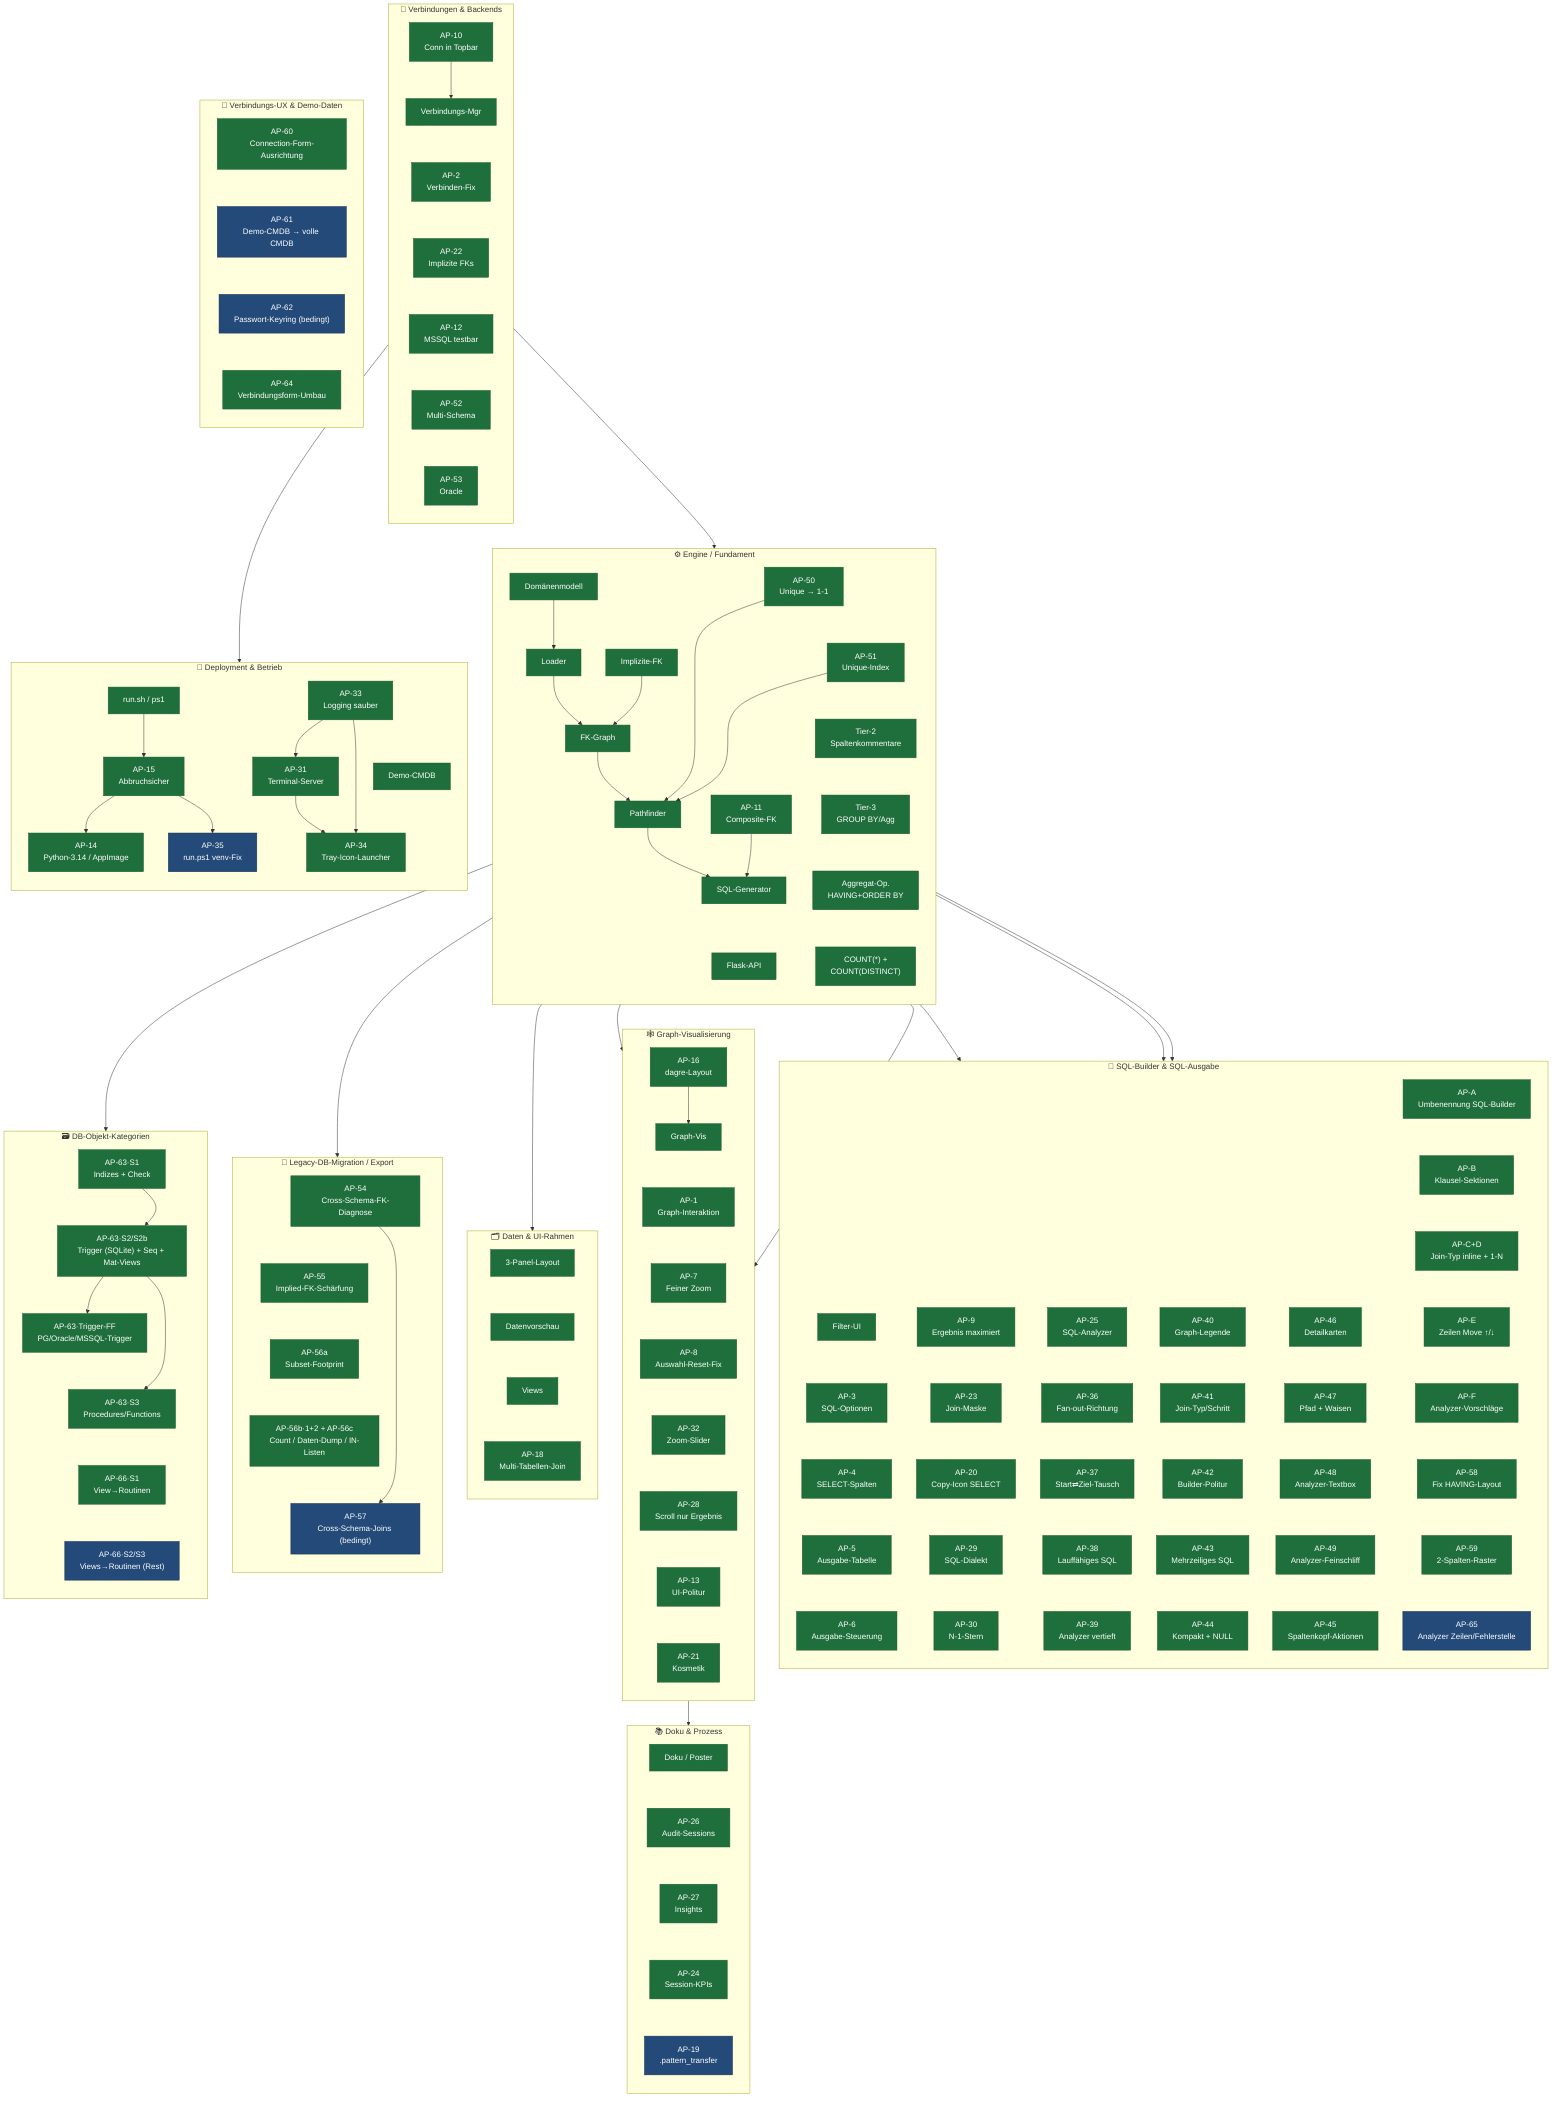
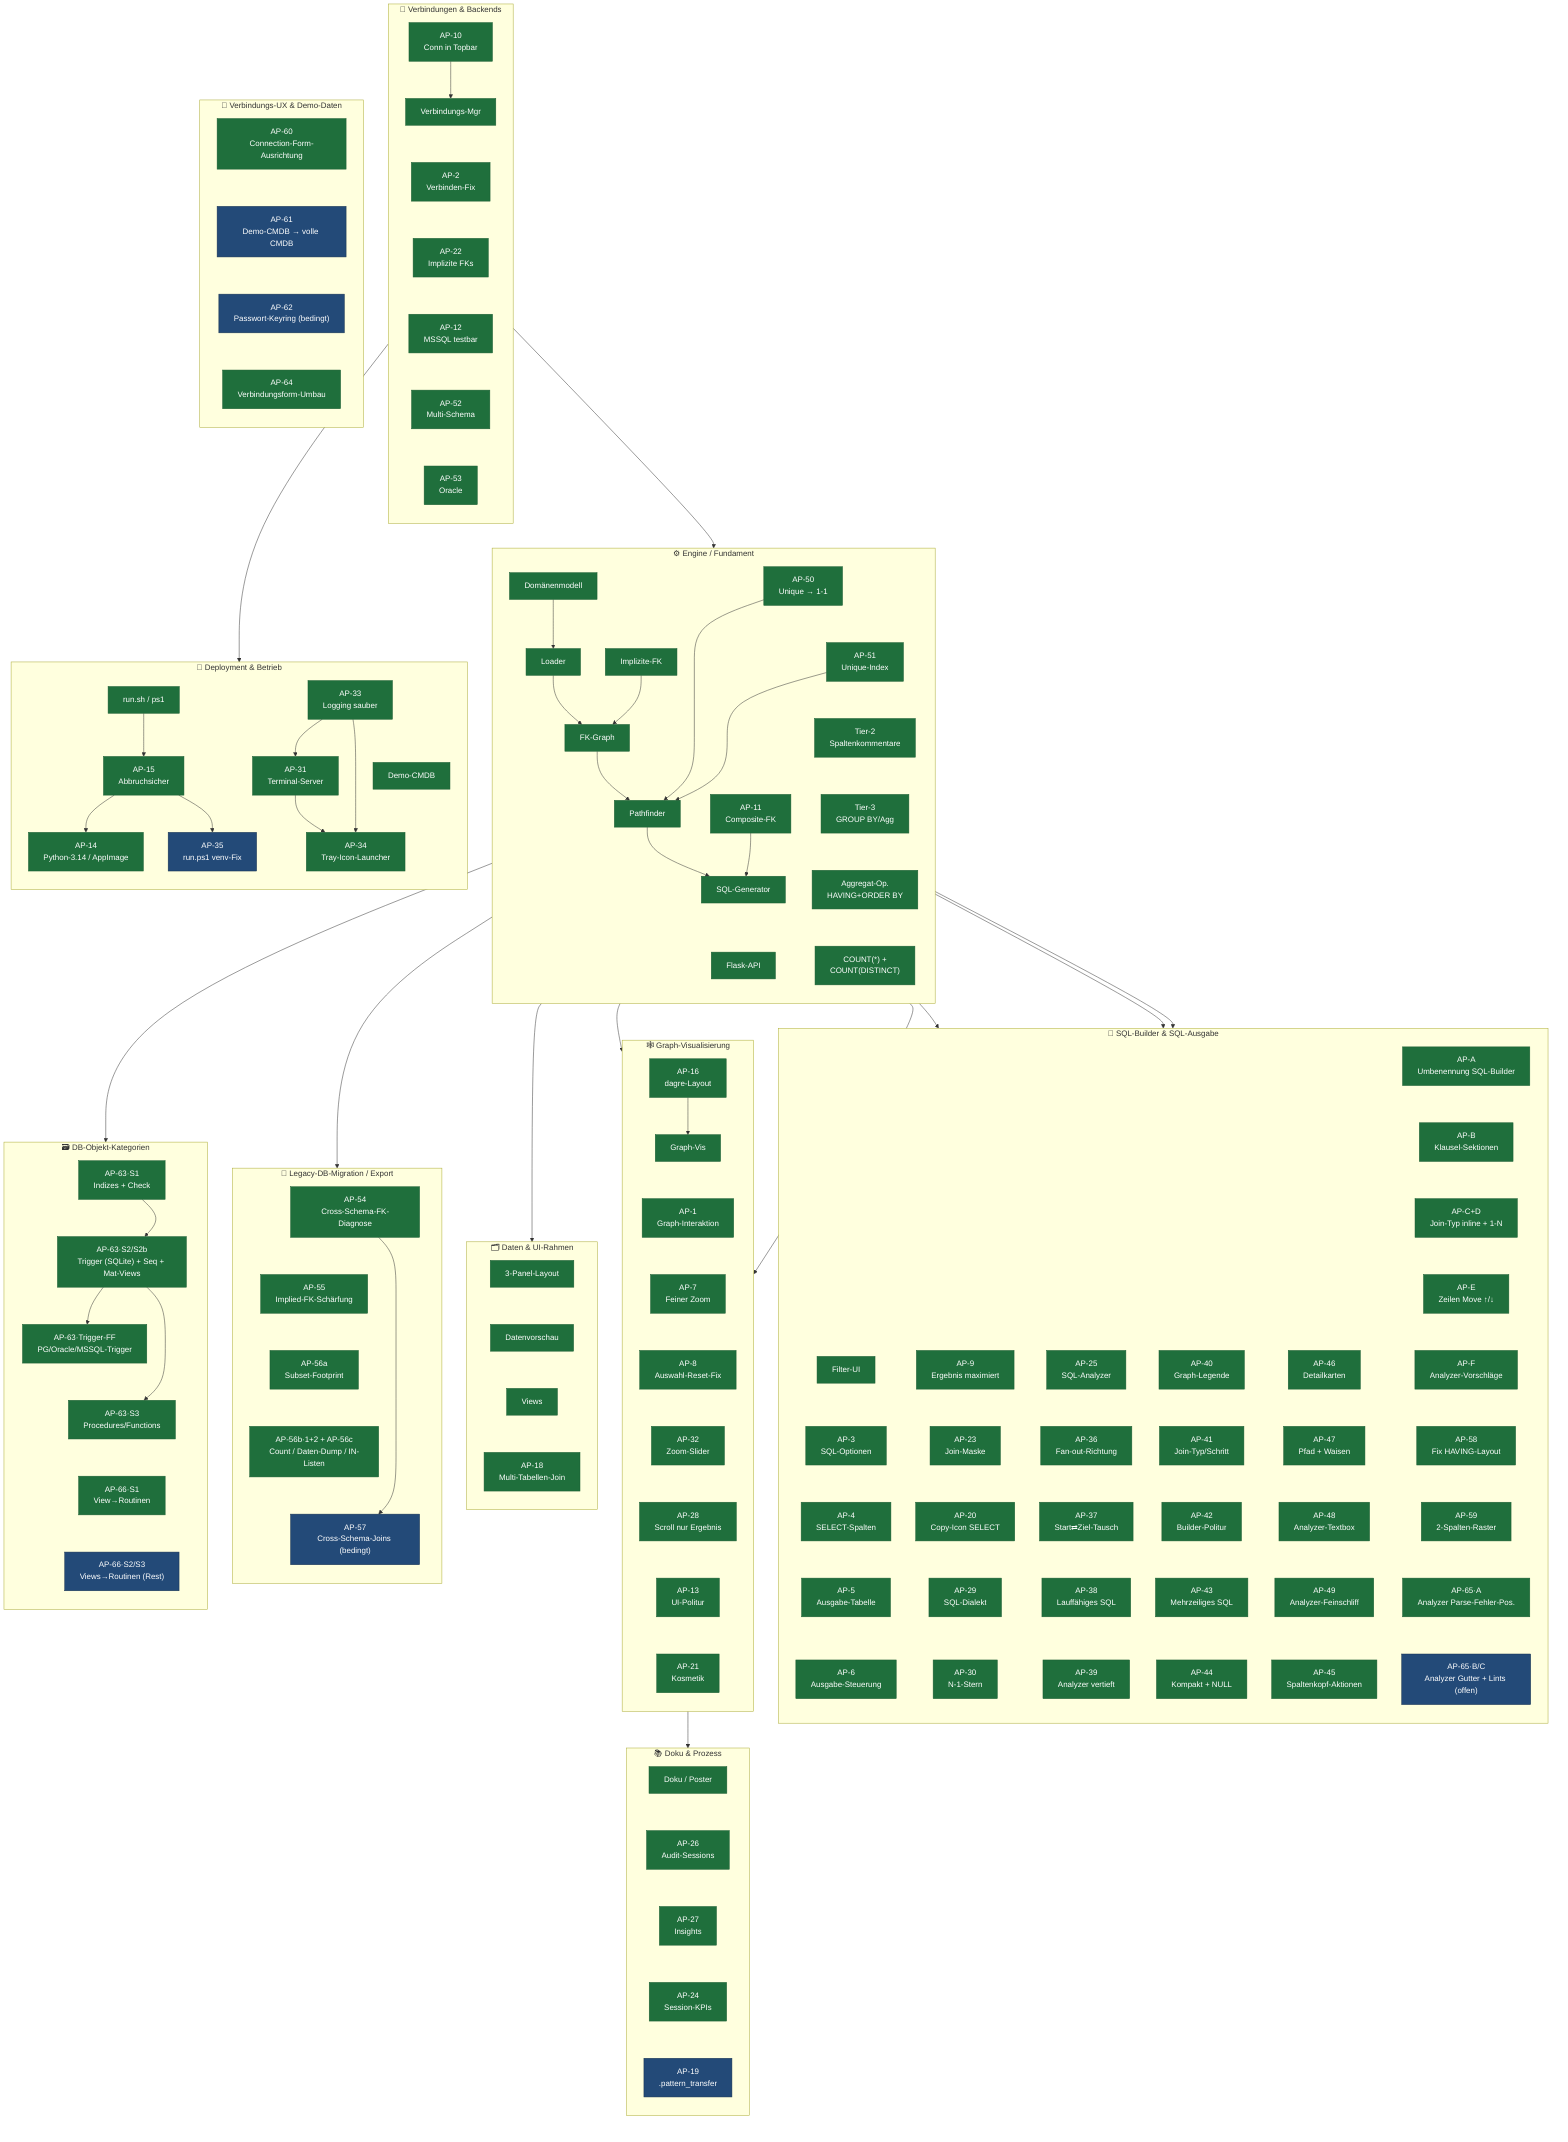
flowchart TB
    classDef done fill:#1f6f3c,color:#fff,stroke:#1a5c32,stroke-width:1px
    classDef plan fill:#234a78,color:#fff,stroke:#16314f,stroke-width:1px

    %% ── C1 · Engine / Fundament ──────────────────────────────────────────
    subgraph C1["⚙️  Engine / Fundament"]
        direction TB
        E1["Domänenmodell"]
        E2["Loader"]
        E3["FK-Graph"]
        E4["Pathfinder"]
        E5["SQL-Generator"]
        E6["Flask-API"]
        E7["AP-11\nComposite-FK"]
        E8["Implizite-FK"]
        E9["AP-50\nUnique → 1-1"]
        E10["AP-51\nUnique-Index"]
        E11["Tier-2\nSpaltenkommentare"]
        E12["Tier-3\nGROUP BY/Agg"]
        E13["Aggregat-Op.\nHAVING+ORDER BY"]
        E14["COUNT(*) +\nCOUNT(DISTINCT)"]
        E1 --> E2 --> E3 --> E4 --> E5
        E7 --> E5
        E8 --> E3
        E9 --> E4
        E10 --> E4
        E5 ~~~ E6
        E9 ~~~ E10
        E10 ~~~ E11
        E11 ~~~ E12
        E12 ~~~ E13
        E13 ~~~ E14
    end

    %% ── C2 · Verbindungen & Backends ─────────────────────────────────────
    subgraph C2["🔌  Verbindungen & Backends"]
        direction TB
        V1["Verbindungs-Mgr"]
        V2["AP-2\nVerbinden-Fix"]
        V3["AP-10\nConn in Topbar"]
        V4["AP-12\nMSSQL testbar"]
        V5["AP-22\nImplizite FKs"]
        V6["AP-52\nMulti-Schema"]
        V7["AP-53\nOracle"]
        V3 --> V1
        V1 ~~~ V2 ~~~ V5 ~~~ V4 ~~~ V6 ~~~ V7
    end

    %% ── C3 · SQL-Builder & SQL-Ausgabe ──────────────────────────────────
    subgraph C3["🧩  SQL-Builder & SQL-Ausgabe"]
        direction TB
        J1["Filter-UI"]
        J2["AP-3\nSQL-Optionen"]
        J3["AP-4\nSELECT-Spalten"]
        J4["AP-5\nAusgabe-Tabelle"]
        J5["AP-6\nAusgabe-Steuerung"]
        J6["AP-9\nErgebnis maximiert"]
        J7["AP-23\nJoin-Maske"]
        J8["AP-20\nCopy-Icon SELECT"]
        J9["AP-29\nSQL-Dialekt"]
        J10["AP-30\nN-1-Stern"]
        J11["AP-25\nSQL-Analyzer"]
        J12["AP-36\nFan-out-Richtung"]
        J13["AP-37\nStart⇄Ziel-Tausch"]
        J14["AP-38\nLauffähiges SQL"]
        J15["AP-39\nAnalyzer vertieft"]
        J16["AP-40\nGraph-Legende"]
        J17["AP-41\nJoin-Typ/Schritt"]
        J18["AP-42\nBuilder-Politur"]
        J19["AP-43\nMehrzeiliges SQL"]
        J20["AP-44\nKompakt + NULL"]
        J21["AP-46\nDetailkarten"]
        J22["AP-47\nPfad + Waisen"]
        J23["AP-48\nAnalyzer-Textbox"]
        J24["AP-49\nAnalyzer-Feinschliff"]
        J25["AP-45\nSpaltenkopf-Aktionen"]
        J26["AP-A\nUmbenennung SQL-Builder"]
        J27["AP-B\nKlausel-Sektionen"]
        J28["AP-C+D\nJoin-Typ inline + 1-N"]
        J29["AP-E\nZeilen Move ↑/↓"]
        J30["AP-F\nAnalyzer-Vorschläge"]
        J31["AP-58\nFix HAVING-Layout"]
        J32["AP-59\n2-Spalten-Raster"]
-         J33["AP-65\nAnalyzer Zeilen/Fehlerstelle"]
+         J33["AP-65·A\nAnalyzer Parse-Fehler-Pos."]
+         J34["AP-65·B/C\nAnalyzer Gutter + Lints (offen)"]
        %% In 5 parallele Spalten gepackt (statt einer 25-Boxen-Säule) → kompaktes Gitter
        J1 ~~~ J2 ~~~ J3 ~~~ J4 ~~~ J5
        J6 ~~~ J7 ~~~ J8 ~~~ J9 ~~~ J10
        J11 ~~~ J12 ~~~ J13 ~~~ J14 ~~~ J15
        J16 ~~~ J17 ~~~ J18 ~~~ J19 ~~~ J20
        J21 ~~~ J22 ~~~ J23 ~~~ J24 ~~~ J25
-         J26 ~~~ J27 ~~~ J28 ~~~ J29 ~~~ J30 ~~~ J31 ~~~ J32 ~~~ J33
+         J26 ~~~ J27 ~~~ J28 ~~~ J29 ~~~ J30 ~~~ J31 ~~~ J32 ~~~ J33 ~~~ J34
    end

    %% ── C4 · Graph-Visualisierung ────────────────────────────────────────
    subgraph C4["🕸️  Graph-Visualisierung"]
        direction TB
        G1["Graph-Vis"]
        G2["AP-1\nGraph-Interaktion"]
        G3["AP-7\nFeiner Zoom"]
        G4["AP-8\nAuswahl-Reset-Fix"]
        G5["AP-16\ndagre-Layout"]
        G6["AP-32\nZoom-Slider"]
        G7["AP-28\nScroll nur Ergebnis"]
        G8["AP-13\nUI-Politur"]
        G9["AP-21\nKosmetik"]
        G5 --> G1
        G1 ~~~ G2 ~~~ G3 ~~~ G4 ~~~ G6 ~~~ G7 ~~~ G8 ~~~ G9
    end

    %% ── C5 · Daten & UI-Rahmen ───────────────────────────────────────────
    subgraph C5["🗂️  Daten & UI-Rahmen"]
        direction TB
        D1["3-Panel-Layout"]
        D2["Datenvorschau"]
        D3["Views"]
        D4["AP-18\nMulti-Tabellen-Join"]
        D1 ~~~ D2 ~~~ D3 ~~~ D4
    end

    %% ── C6 · Deployment & Betrieb ────────────────────────────────────────
    subgraph C6["🚀  Deployment & Betrieb"]
        direction TB
        B1["Demo-CMDB"]
        B2["run.sh / ps1"]
        B3["AP-15\nAbbruchsicher"]
        B4["AP-14\nPython-3.14 / AppImage"]
        B5["AP-35\nrun.ps1 venv-Fix"]
        B7["AP-31\nTerminal-Server"]
        B8["AP-33\nLogging sauber"]
        B9["AP-34\nTray-Icon-Launcher"]
        B2 --> B3
        B3 --> B4
        B3 --> B5
        B8 --> B7
        B7 --> B9
        B8 --> B9
        B1 ~~~ B9
    end

    %% ── C7 · Doku & Prozess ──────────────────────────────────────────────
    subgraph C7["📚  Doku & Prozess"]
        direction TB
        K1["Doku / Poster"]
        K2["AP-26\nAudit-Sessions"]
        K3["AP-27\nInsights"]
        K5["AP-24\nSession-KPIs"]
        K4["AP-19\n.pattern_transfer"]
        K1 ~~~ K2 ~~~ K3 ~~~ K5 ~~~ K4
    end

    %% ── C8 · Legacy-DB-Migration / Export (geplant) ──────────────────────
    subgraph C8["🧬  Legacy-DB-Migration / Export"]
        direction TB
        M1["AP-54\nCross-Schema-FK-Diagnose"]
        M2["AP-55\nImplied-FK-Schärfung"]
        M3["AP-56a\nSubset-Footprint"]
        M3b["AP-56b·1+2 + AP-56c\nCount / Daten-Dump / IN-Listen"]
        M4["AP-57\nCross-Schema-Joins (bedingt)"]
        M1 ~~~ M2 ~~~ M3 ~~~ M3b ~~~ M4
    end

    %% ── C9 · DB-Objekt-Kategorien (geplant) ──────────────────────────────
    subgraph C9["🗃️  DB-Objekt-Kategorien"]
        direction TB
        O1["AP-63·S1\nIndizes + Check"]
        O2["AP-63·S2/S2b\nTrigger (SQLite) + Seq + Mat-Views"]
        O2b["AP-63·Trigger-FF\nPG/Oracle/MSSQL-Trigger"]
        O3["AP-63·S3\nProcedures/Functions"]
        O4["AP-66·S1\nView→Routinen"]
        O4b["AP-66·S2/S3\nViews→Routinen (Rest)"]
        O1 ~~~ O2 ~~~ O2b ~~~ O3 ~~~ O4 ~~~ O4b
    end

    %% ── C10 · Verbindungs-UX & Demo-Daten (geplant) ──────────────────────
    subgraph C10["🔧  Verbindungs-UX & Demo-Daten"]
        direction TB
        P1["AP-60\nConnection-Form-Ausrichtung"]
        P2["AP-61\nDemo-CMDB → volle CMDB"]
        P3["AP-62\nPasswort-Keyring (bedingt)"]
        P4["AP-64\nVerbindungsform-Umbau"]
        P1 ~~~ P2 ~~~ P3 ~~~ P4
    end

    %% ── Cluster-übergreifende Abhängigkeiten ─────────────────────────────
    V1 --> E2
    M1 --> M4
    E2 --> M1
    E2 --> O1
    O1 --> O2 --> O2b
    O2 --> O3
    E5 --> J1
    E5 --> J9
    E5 --> J11
    E4 --> G2
    E3 --> G1
    E6 --> D1
    V4 --> B7
    G5 --> K2

    class E1,E2,E3,E4,E5,E6,E7,E8,E9,E10,E11,E12,E13,E14 done
    class V1,V2,V3,V4,V5,V6,V7 done
-     class J1,J2,J3,J4,J5,J6,J7,J8,J9,J10,J11,J12,J13,J14,J15,J16,J17,J18,J19,J20,J21,J22,J23,J24,J25,J26,J27,J28,J29,J30,J31,J32 done
+     class J1,J2,J3,J4,J5,J6,J7,J8,J9,J10,J11,J12,J13,J14,J15,J16,J17,J18,J19,J20,J21,J22,J23,J24,J25,J26,J27,J28,J29,J30,J31,J32,J33 done
    class G1,G2,G3,G4,G5,G6,G7,G8,G9 done
    class D1,D2,D3,D4 done
    class B1,B2,B3,B4,B7,B8,B9 done
    class B5 plan
    class K1,K2,K3,K5 done
    class K4 plan
    class M3,M3b done
    class M4 plan
    class M2 done
    class M1 done
    class O1,O2,O2b,O3,O4 done
    class O4b plan
    class P2,P3 plan
    class P1,P4 done
-     class J33 plan
+     class J34 plan
